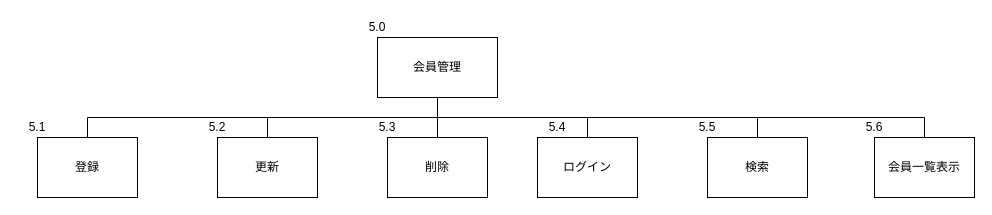
This is サブシステム構造図/会員管理.drawio from Yamanin3/system-devel, a draw.io file, before an edit. Source tidied: cells renumbered, new cells numbered last; positions are measured from the earlier drawing's top-left corner, leaving out a move shared by most shapes. Both pictures are drawn from the tidied source at 100%, with x=0, y=0 at pixel (17, 17).
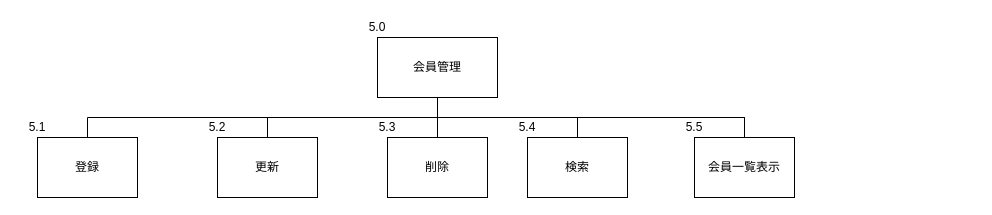
The same page after the edit.

Unchanged cells that the change refers to:
```xml
<mxCell id="2" value="会員管理" style="whiteSpace=wrap;html=1;align=center;" parent="1" vertex="1">
  <mxGeometry x="360" y="20" width="120" height="60" as="geometry" />
</mxCell>
```

The edit, as a diff of the source:
```diff
@@
-    <mxCell id="9" value="ログイン" style="whiteSpace=wrap;html=1;align=center;verticalAlign=middle;" parent="1" vertex="1">
-      <mxGeometry x="520" y="120" width="100" height="60" as="geometry" />
-    </mxCell>
-    <mxCell id="10" style="edgeStyle=elbowEdgeStyle;elbow=vertical;startArrow=none;endArrow=none;rounded=0;exitX=0.5;exitY=1;exitDx=0;exitDy=0;" parent="9" edge="1" source="2">
-      <mxGeometry relative="1" as="geometry">
-        <mxPoint x="50" as="targetPoint" />
-        <Array as="points">
-          <mxPoint x="-20" y="-20" />
-        </Array>
-      </mxGeometry>
-    </mxCell>
@@
-    <mxCell id="15" value="5.4" style="text;html=1;strokeColor=none;fillColor=none;align=center;verticalAlign=middle;whiteSpace=wrap;rounded=0;" parent="1" vertex="1">
-      <mxGeometry x="520" y="100" width="40" height="20" as="geometry" />
-    </mxCell>
     <mxCell id="16" value="検索" style="whiteSpace=wrap;html=1;align=center;verticalAlign=middle;" parent="1" vertex="1">
-      <mxGeometry x="690" y="120" width="100" height="60" as="geometry" />
+      <mxGeometry x="510" y="120" width="100" height="60" as="geometry" />
     </mxCell>
-    <mxCell id="17" value="5.5" style="text;html=1;strokeColor=none;fillColor=none;align=center;verticalAlign=middle;whiteSpace=wrap;rounded=0;" parent="1" vertex="1">
-      <mxGeometry x="670" y="100" width="40" height="20" as="geometry" />
+    <mxCell id="17" value="5.4" style="text;html=1;strokeColor=none;fillColor=none;align=center;verticalAlign=middle;whiteSpace=wrap;rounded=0;" parent="1" vertex="1">
+      <mxGeometry x="490" y="100" width="40" height="20" as="geometry" />
     </mxCell>
-    <mxCell id="18" style="edgeStyle=elbowEdgeStyle;elbow=vertical;startArrow=none;endArrow=none;rounded=0;exitX=0.5;exitY=1;exitDx=0;exitDy=0;entryX=0.5;entryY=0;entryDx=0;entryDy=0;" parent="1" edge="1" source="2" target="16">
+    <mxCell id="18" style="edgeStyle=elbowEdgeStyle;elbow=vertical;startArrow=none;endArrow=none;rounded=0;exitX=0.5;exitY=1;exitDx=0;exitDy=0;entryX=0.5;entryY=0;entryDx=0;entryDy=0;" parent="1" edge="1" source="2" target="19">
       <mxGeometry relative="1" as="geometry">
         <Array as="points">
-          <mxPoint x="760" y="100" />
+          <mxPoint x="520" y="100" />
         </Array>
       </mxGeometry>
     </mxCell>
     <mxCell id="19" value="会員一覧表示" style="whiteSpace=wrap;html=1;align=center;verticalAlign=middle;" parent="1" vertex="1">
-      <mxGeometry x="857" y="120" width="100" height="60" as="geometry" />
+      <mxGeometry x="677" y="120" width="100" height="60" as="geometry" />
     </mxCell>
-    <mxCell id="20" value="5.6" style="text;html=1;strokeColor=none;fillColor=none;align=center;verticalAlign=middle;whiteSpace=wrap;rounded=0;" parent="1" vertex="1">
-      <mxGeometry x="837" y="100" width="40" height="20" as="geometry" />
+    <mxCell id="20" value="5.5" style="text;html=1;strokeColor=none;fillColor=none;align=center;verticalAlign=middle;whiteSpace=wrap;rounded=0;" parent="1" vertex="1">
+      <mxGeometry x="657" y="100" width="40" height="20" as="geometry" />
     </mxCell>
     <mxCell id="21" style="edgeStyle=elbowEdgeStyle;elbow=vertical;startArrow=none;endArrow=none;rounded=0;exitX=0.5;exitY=1;exitDx=0;exitDy=0;entryX=0.5;entryY=0;entryDx=0;entryDy=0;" parent="1" edge="1" source="2" target="19">
       <mxGeometry relative="1" as="geometry">
         <Array as="points">
-          <mxPoint x="927" y="100" />
+          <mxPoint x="520" y="100" />
         </Array>
       </mxGeometry>
     </mxCell>
+    <mxCell id="22" style="edgeStyle=elbowEdgeStyle;elbow=vertical;startArrow=none;endArrow=none;rounded=0;exitX=0.5;exitY=1;exitDx=0;exitDy=0;entryX=0.5;entryY=0;entryDx=0;entryDy=0;" parent="1" edge="1" source="2" target="16">
+      <mxGeometry relative="1" as="geometry">
+        <Array as="points">
+          <mxPoint x="490" y="100" />
+        </Array>
+      </mxGeometry>
+    </mxCell>
```
